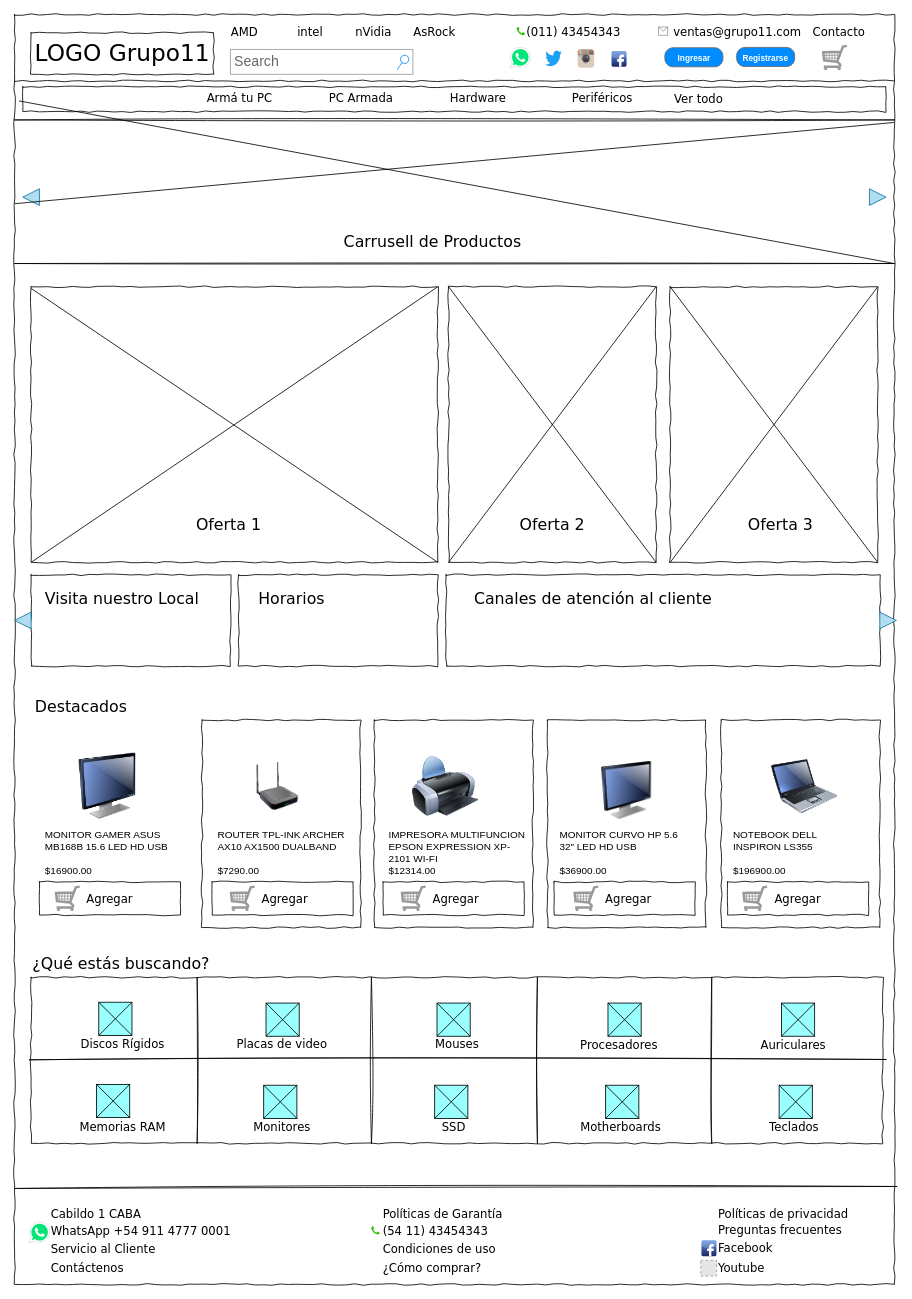
Above: page "Home" (1 of 5) of Wireframe/Wireframe Home Grupo11.drawio in maximilianozurita/grupo_11_hardcommerce (draw.io), before the change. Source tidied: cells renumbered, new cells numbered last; positions are measured from the earlier drawing's top-left corner, leaving out a move shared by most shapes. Both pictures are drawn from the tidied source at 83%, with x=0, y=0 at pixel (14, 14). Pictures stored in the file or linked from it are replaced by grey dashed boxes.
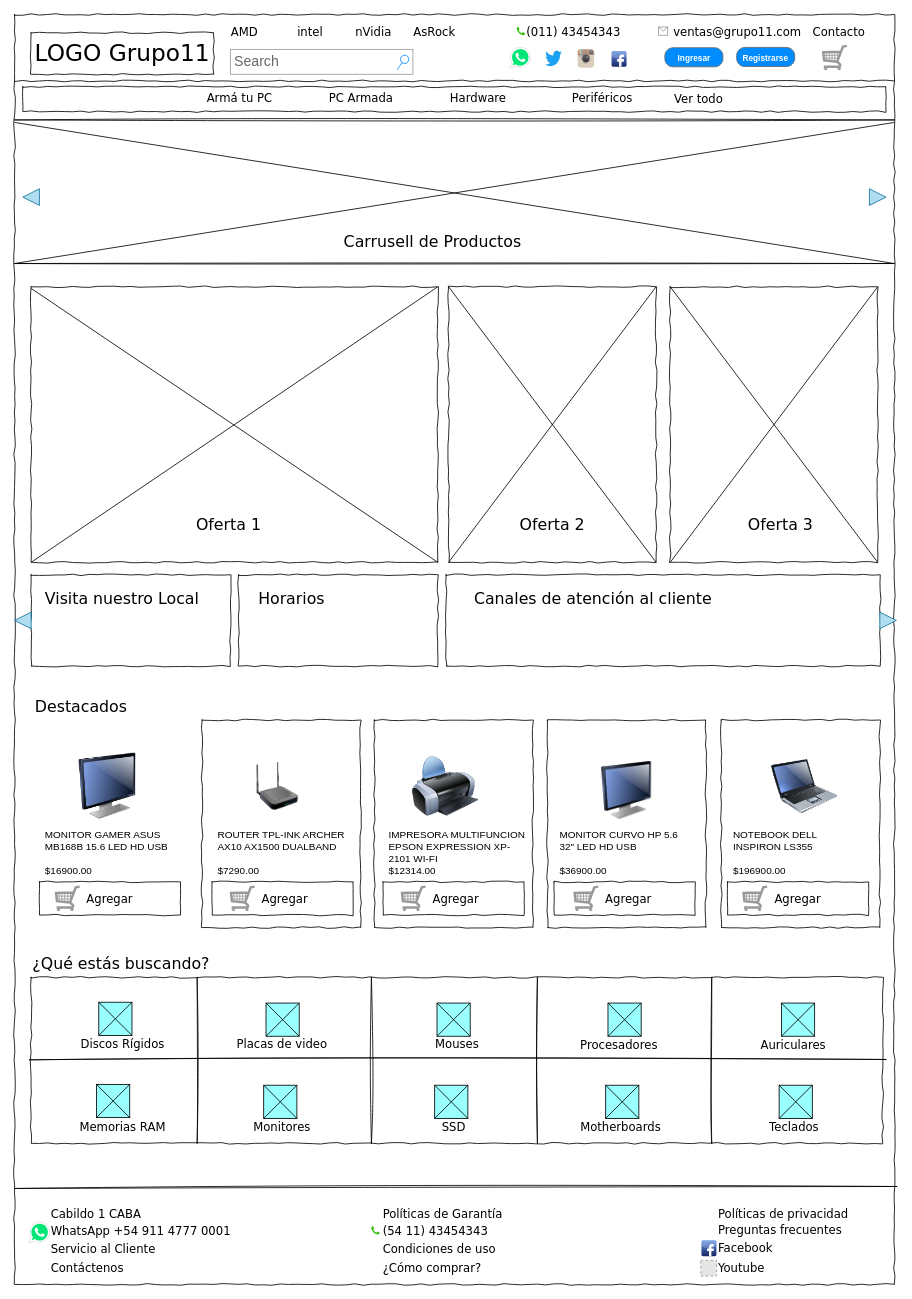
The same page after the edit.

The change refers to these unchanged cells:
```xml
<mxCell id="3" style="whiteSpace=wrap;html=1;rounded=0;shadow=0;labelBackgroundColor=none;strokeWidth=1;fontFamily=Verdana;fontSize=12;align=center;comic=1;" parent="1" vertex="1">
  <mxGeometry width="1060" height="1530" as="geometry" />
</mxCell>
```

What changed in the source:
```diff
@@
-    <mxCell id="63" style="endArrow=none;html=1;entryX=0;entryY=0.149;entryDx=0;entryDy=0;entryPerimeter=0;" parent="1" edge="1" target="3">
+    <mxCell id="63" style="endArrow=none;html=1;" parent="1" edge="1">
       <mxGeometry relative="1" as="geometry">
         <mxPoint x="1060" y="130" as="sourcePoint" />
+        <mxPoint y="300" as="targetPoint" />
       </mxGeometry>
     </mxCell>
-    <mxCell id="64" style="endArrow=none;html=1;exitX=0.005;exitY=0.068;exitDx=0;exitDy=0;exitPerimeter=0;" parent="1" edge="1" source="3">
+    <mxCell id="64" style="endArrow=none;html=1;" parent="1" edge="1">
       <mxGeometry relative="1" as="geometry">
+        <mxPoint y="130" as="sourcePoint" />
         <mxPoint x="1060" y="300" as="targetPoint" />
       </mxGeometry>
     </mxCell>
```
